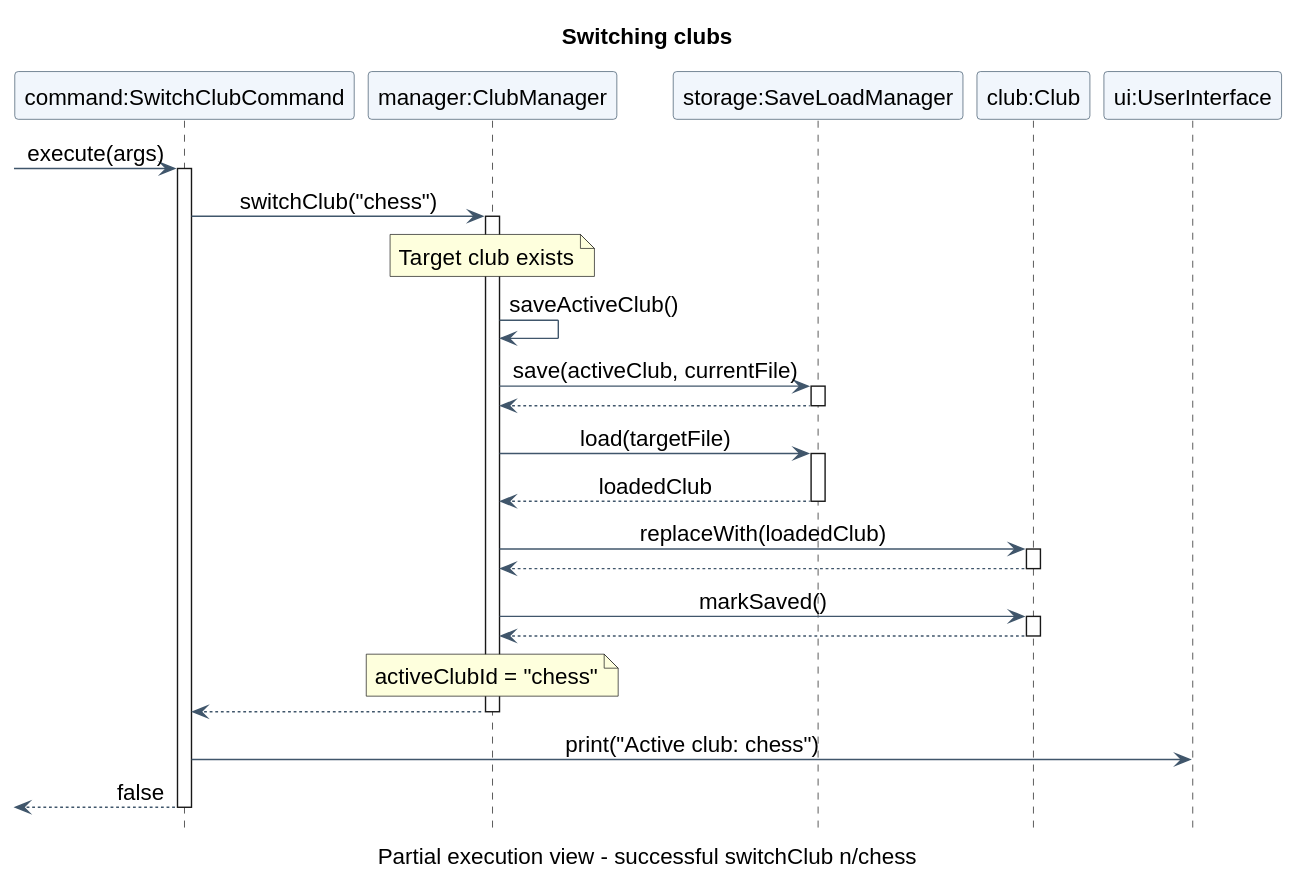
Earlier version of the PlantUML export docs/diagrams/clubs/SwitchClubSequence.svg (77chenchen/tp).
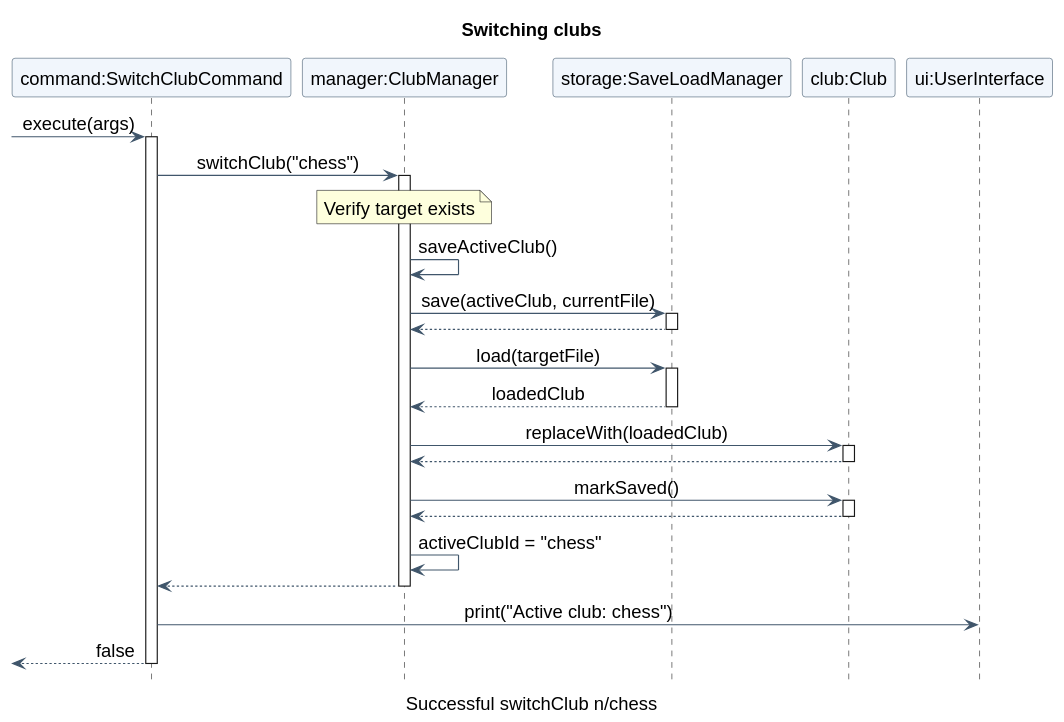
Above is the later version.

Change to the diagram source:
```diff
@@ -1,7 +1,8 @@
 @startuml
 !include ../shared/UmlStyle.iuml
+scale max 760 width
 title Switching clubs
-caption Partial execution view - successful switchClub n/chess
+caption Successful switchClub n/chess
 skinparam shadowing false
 skinparam sequenceMessageAlign center
 skinparam ParticipantBackgroundColor #F1F6FC
@@ -19,32 +20,28 @@
 activate Command
 Command -> Manager : switchClub("chess")
 activate Manager
-note over Manager
-Target club exists
-end note
+note over Manager : Verify target exists
 Manager -> Manager : saveActiveClub()
 Manager -> Storage : save(activeClub, currentFile)
 activate Storage
 Storage --> Manager
- deactivate Storage
+deactivate Storage
 Manager -> Storage : load(targetFile)
 activate Storage
 Storage --> Manager : loadedClub
- deactivate Storage
+deactivate Storage
 Manager -> Club : replaceWith(loadedClub)
 activate Club
 Club --> Manager
- deactivate Club
+deactivate Club
 Manager -> Club : markSaved()
 activate Club
 Club --> Manager
- deactivate Club
-note over Manager
-activeClubId = "chess"
-end note
+deactivate Club
+Manager -> Manager : activeClubId = "chess"
 Manager --> Command
- deactivate Manager
+deactivate Manager
 Command -> UI : print("Active club: chess")
 [<-- Command : false
- deactivate Command
+deactivate Command
 @enduml
```
